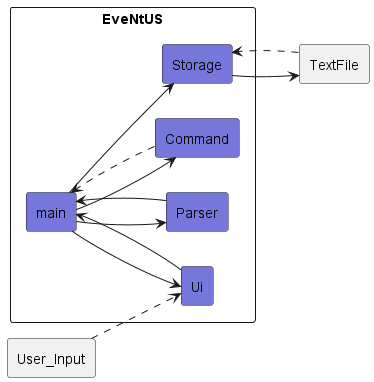
This is docs/UML/Image/broadOverview.png from nus-cs2113-AY2223S2/tp, a PlantUML export, as it was before one commit.
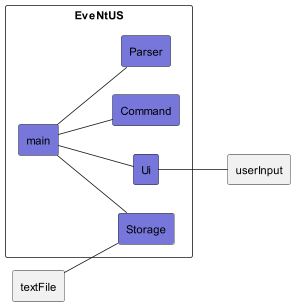
After the change.

Change to the diagram source:
```diff
@@ -3,7 +3,7 @@
 left to right direction
 skinparam componentStyle rectangle
 
-component User_Input
+component userInput
 
 component EveNtUS {
 component main COLOR1
@@ -14,16 +14,13 @@
 component Parser COLOR1
 }
 
-component "TextFile"
+component "textFile"
 
-[User_Input]..>[Ui]
-[Ui]-->[main]
-[main]-->[Storage]
-[TextFile]..>[Storage]
-[main]-->[Command]
-[main]->[Ui]
-[main]->[Parser]
-[Parser]-->[main]
-[Command]..>[main]
-[Storage]-->[TextFile]
+[Ui]--[userInput]
+[main]--[Storage]
+[textFile]--[Storage]
+[main]--[Command]
+[main]--[Ui]
+[main]--[Parser]
+
 @enduml
```
